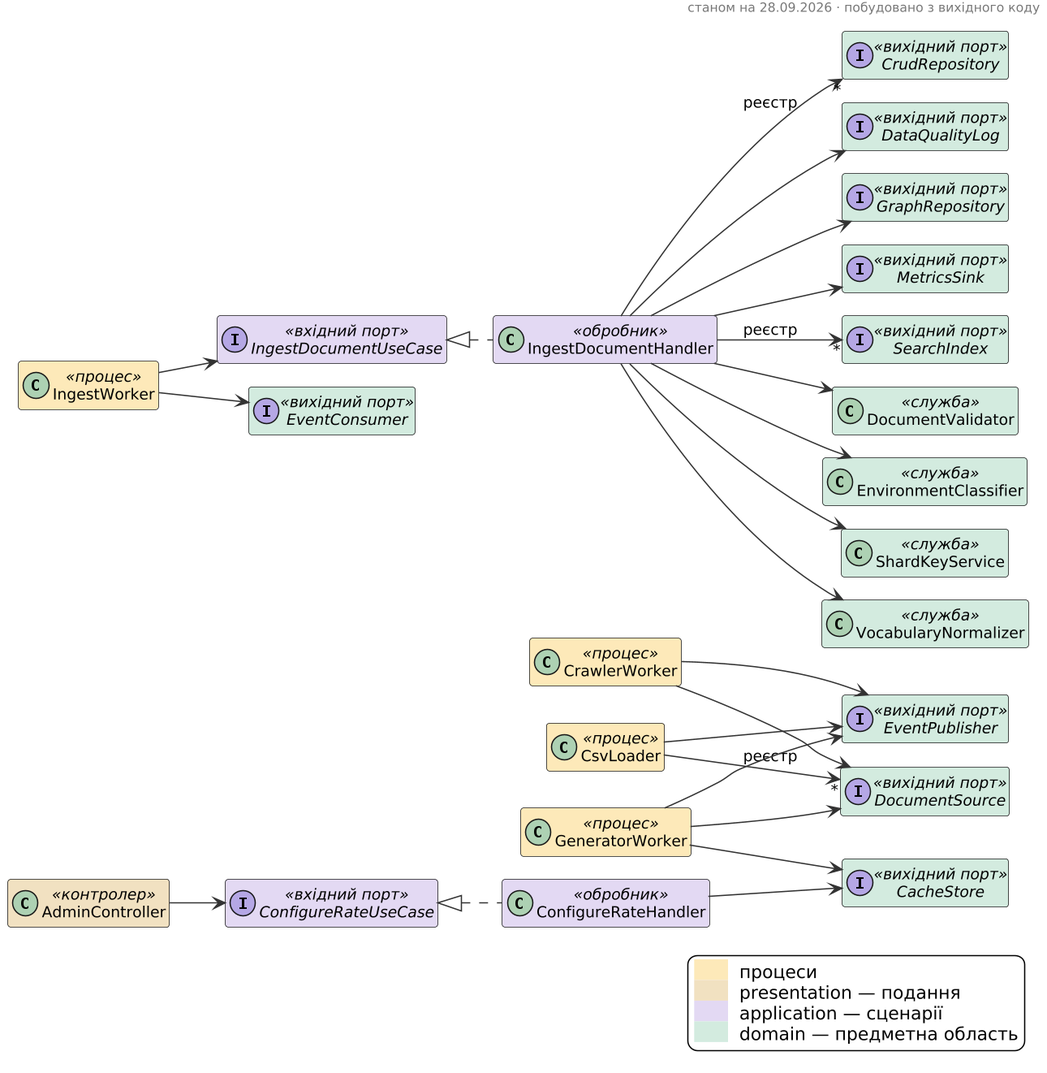
The PlantUML diagram docs/diagrams/05-command-path.png in Oleksiiska/DB_coursework_D-D, before a commit.
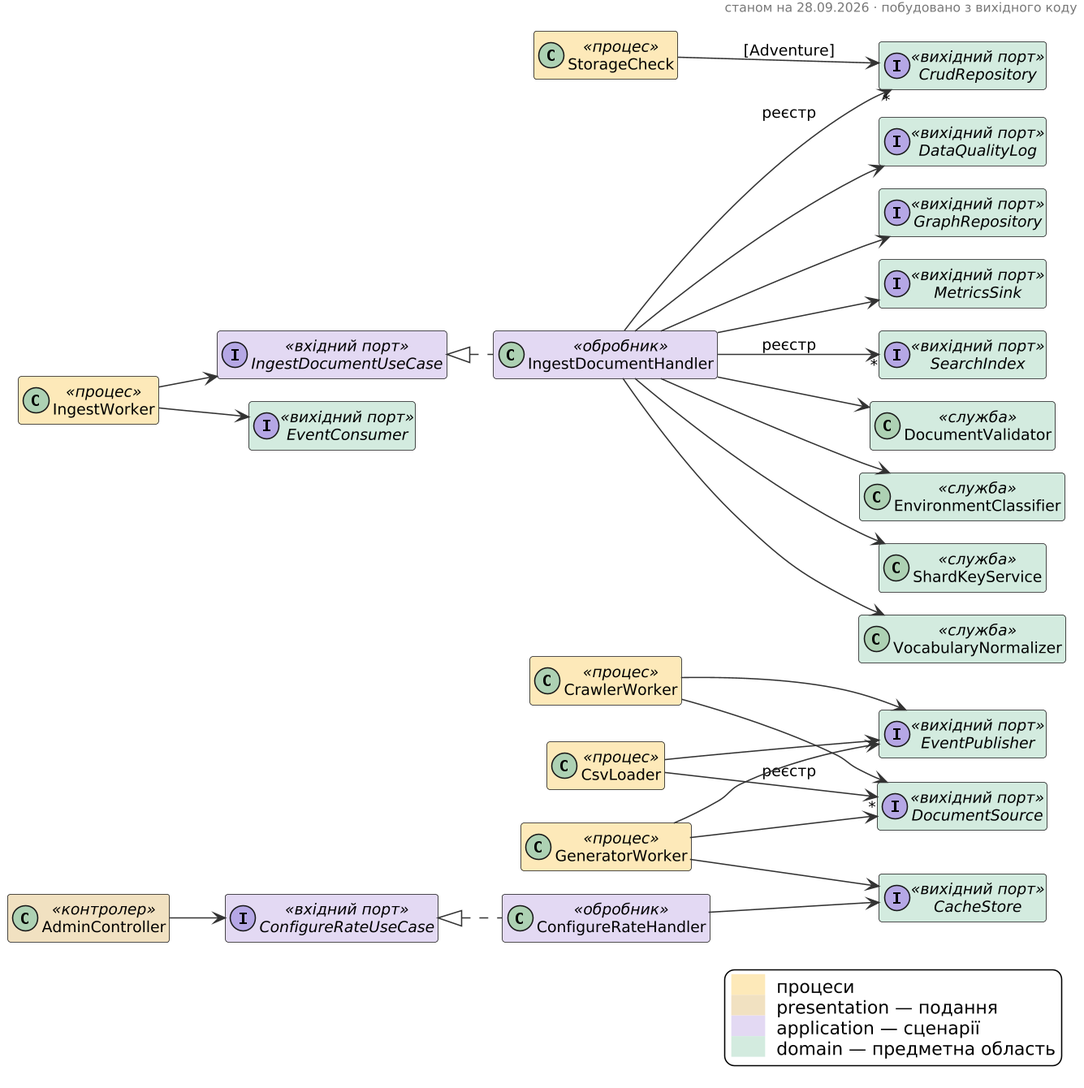
After the change.

Change to the diagram source:
```diff
@@ -19,6 +19,7 @@
 class CsvLoader <<процес>> #FCE9B8
 class GeneratorWorker <<процес>> #FCE9B8
 class IngestWorker <<процес>> #FCE9B8
+class StorageCheck <<процес>> #FCE9B8
 class AdminController <<контролер>> #F1E0C0
 class ConfigureRateHandler <<обробник>> #E2D8F3
 class IngestDocumentHandler <<обробник>> #E2D8F3
@@ -59,6 +60,7 @@
 IngestDocumentHandler --> VocabularyNormalizer
 IngestWorker --> EventConsumer
 IngestWorker --> IngestDocumentUseCase
+StorageCheck --> CrudRepository : [Adventure]
 legend right
 <back:#FCE9B8>      </back>  процеси
 <back:#F1E0C0>      </back>  presentation — подання
```
